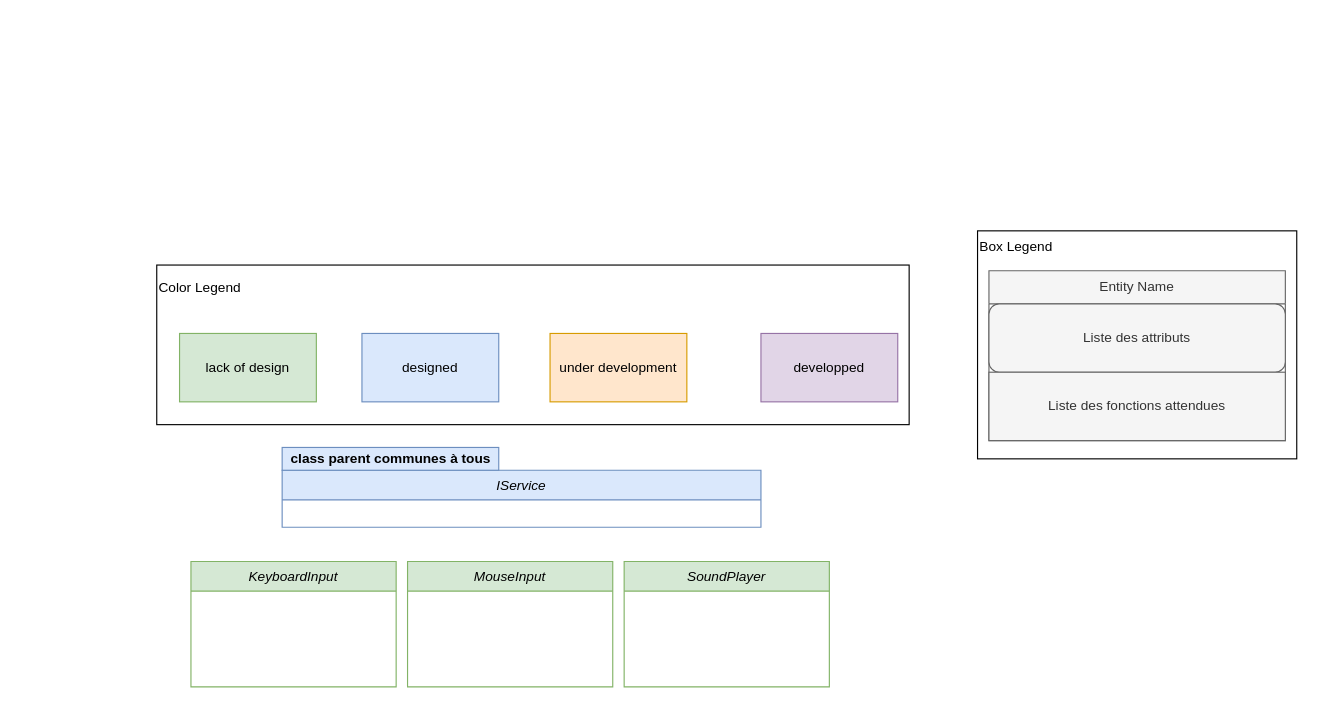
Kragoum/BomberKnight keeps this draw.io diagram as page "Service" (5 of 6) of doc/UMLGeneralFramework.drawio. Above is the earlier version. Source tidied: cells renumbered, new cells numbered last; positions are measured from the earlier drawing's top-left corner, leaving out a move shared by most shapes. Both pictures are drawn from the tidied source at 114%, with x=0, y=0 at pixel (156, 230).
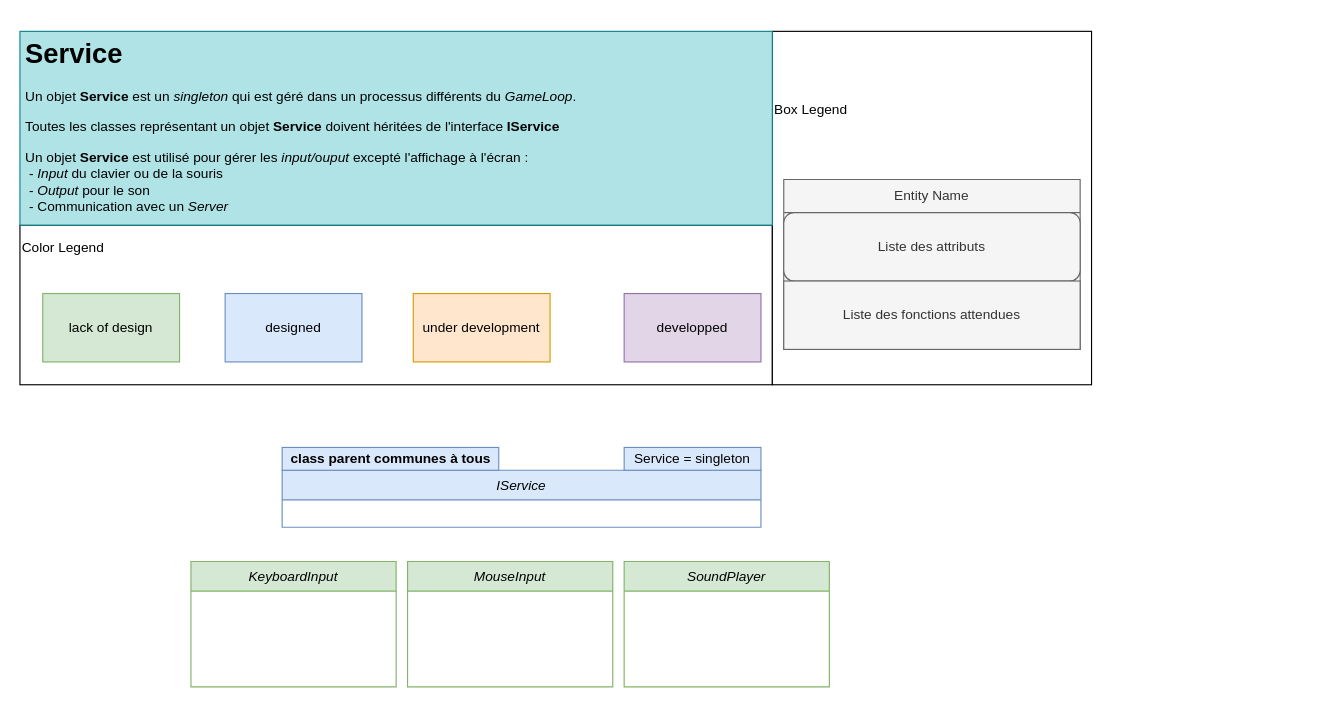
After the change.

The edit, as a diff of the source:
```diff
@@
 <mxGraphModel>
   <root>
     <mxCell id="0" />
     <mxCell id="1" parent="0" />
     <mxCell id="2" style="group;" parent="1" vertex="1">
-      <mxGeometry y="30" width="660" height="140" as="geometry" />
+      <mxGeometry x="-120" y="-5" width="660" height="140" as="geometry" />
     </mxCell>
     <mxCell id="3" value="Color Legend&lt;br&gt;&lt;br&gt;&lt;br&gt;&lt;br&gt;&lt;br&gt;&lt;br&gt;&lt;br&gt;&lt;br&gt;" style="rounded=0;whiteSpace=wrap;html=1;align=left;" parent="2" vertex="1">
       <mxGeometry width="660" height="140" as="geometry" />
     </mxCell>
     <mxCell id="4" value="under development" style="rounded=0;whiteSpace=wrap;html=1;fillColor=#ffe6cc;strokeColor=#d79b00;" parent="2" vertex="1">
       <mxGeometry x="345" y="60" width="120" height="60" as="geometry" />
     </mxCell>
     <mxCell id="5" value="designed" style="rounded=0;whiteSpace=wrap;html=1;fillColor=#dae8fc;strokeColor=#6c8ebf;" parent="2" vertex="1">
       <mxGeometry x="180" y="60" width="120" height="60" as="geometry" />
     </mxCell>
     <mxCell id="6" value="developped" style="rounded=0;whiteSpace=wrap;html=1;fillColor=#e1d5e7;strokeColor=#9673a6;" parent="2" vertex="1">
       <mxGeometry x="530" y="60" width="120" height="60" as="geometry" />
     </mxCell>
     <mxCell id="7" value="lack of design" style="rounded=0;whiteSpace=wrap;html=1;fillColor=#d5e8d4;strokeColor=#82b366;" parent="2" vertex="1">
       <mxGeometry x="20" y="60" width="120" height="60" as="geometry" />
     </mxCell>
     <mxCell id="8" value="IService" style="swimlane;fontStyle=2;align=center;verticalAlign=top;horizontal=1;startSize=26;rounded=0;shadow=0;strokeWidth=1;fillColor=#dae8fc;strokeColor=#6c8ebf;" parent="1" vertex="1">
       <mxGeometry x="110" y="210" width="420" height="50" as="geometry" />
     </mxCell>
     <mxCell id="9" value="&lt;b&gt;class parent communes à tous&lt;/b&gt;" style="text;html=1;align=center;verticalAlign=middle;strokeColor=#6c8ebf;fillColor=#dae8fc;" parent="1" vertex="1">
       <mxGeometry x="110" y="190" width="190" height="20" as="geometry" />
     </mxCell>
     <mxCell id="10" value="Box Legend&lt;br&gt;&lt;br&gt;&lt;br&gt;&lt;br&gt;&lt;br&gt;&lt;br&gt;&lt;br&gt;&lt;br&gt;&lt;br&gt;&lt;br&gt;&lt;br&gt;&lt;br&gt;&lt;br&gt;" style="rounded=0;whiteSpace=wrap;html=1;align=left;" parent="1" vertex="1">
-      <mxGeometry x="720" width="280" height="200" as="geometry" />
+      <mxGeometry x="540" y="-175" width="280" height="310" as="geometry" />
     </mxCell>
     <mxCell id="11" value="Entity Name" style="swimlane;fontStyle=0;align=center;verticalAlign=top;horizontal=1;startSize=29;rounded=0;shadow=0;strokeWidth=1;fillColor=#f5f5f5;strokeColor=#666666;fontColor=#333333;" parent="1" vertex="1">
-      <mxGeometry x="730" y="35" width="260" height="149" as="geometry" />
+      <mxGeometry x="550" y="-45" width="260" height="149" as="geometry" />
     </mxCell>
     <mxCell id="12" value="Liste des attributs" style="rounded=1;whiteSpace=wrap;html=1;fillColor=#f5f5f5;strokeColor=#666666;fontColor=#333333;" parent="11" vertex="1">
       <mxGeometry y="29" width="260" height="60" as="geometry" />
     </mxCell>
     <mxCell id="13" value="Liste des fonctions attendues" style="rounded=0;whiteSpace=wrap;html=1;fillColor=#f5f5f5;strokeColor=#666666;fontColor=#333333;" parent="11" vertex="1">
       <mxGeometry y="89" width="260" height="60" as="geometry" />
     </mxCell>
     <mxCell id="14" value="KeyboardInput" style="swimlane;fontStyle=2;align=center;verticalAlign=top;horizontal=1;startSize=26;rounded=0;shadow=0;strokeWidth=1;fillColor=#d5e8d4;strokeColor=#82b366;" parent="1" vertex="1">
       <mxGeometry x="30" y="290" width="180" height="110" as="geometry" />
     </mxCell>
     <mxCell id="15" value="MouseInput" style="swimlane;fontStyle=2;align=center;verticalAlign=top;horizontal=1;startSize=26;rounded=0;shadow=0;strokeWidth=1;fillColor=#d5e8d4;strokeColor=#82b366;" parent="1" vertex="1">
       <mxGeometry x="220" y="290" width="180" height="110" as="geometry" />
     </mxCell>
     <mxCell id="16" value="SoundPlayer" style="swimlane;fontStyle=2;align=center;verticalAlign=top;horizontal=1;startSize=26;rounded=0;shadow=0;strokeWidth=1;fillColor=#d5e8d4;strokeColor=#82b366;" parent="1" vertex="1">
       <mxGeometry x="410" y="290" width="180" height="110" as="geometry" />
     </mxCell>
+    <mxCell id="17" value="Service = singleton" style="rounded=0;whiteSpace=wrap;html=1;fillColor=#dae8fc;strokeColor=#6c8ebf;" parent="1" vertex="1">
+      <mxGeometry x="410" y="190" width="120" height="20" as="geometry" />
+    </mxCell>
+    <mxCell id="18" value="&lt;h1&gt;Service&lt;/h1&gt;&lt;p&gt;Un objet &lt;b&gt;Service&lt;/b&gt; est un &lt;i&gt;singleton&lt;/i&gt;&amp;nbsp;qui est géré dans un processus différents du &lt;i&gt;GameLoop&lt;/i&gt;.&lt;/p&gt;&lt;p&gt;&lt;span style=&quot;background-color: initial;&quot;&gt;Toutes les classes représentant un objet &lt;b&gt;Service&lt;/b&gt; doivent héritées de l'interface &lt;b&gt;IService&lt;/b&gt;&lt;/span&gt;&lt;br&gt;&lt;/p&gt;&lt;p&gt;Un objet &lt;b&gt;Service&lt;/b&gt; est utilisé pour gérer les &lt;i&gt;i&lt;/i&gt;&lt;i style=&quot;&quot;&gt;nput/&lt;/i&gt;o&lt;i&gt;uput&lt;/i&gt;&amp;nbsp;excepté l'affichage à l'écran :&lt;br&gt;&lt;span style=&quot;white-space: pre;&quot;&gt; &lt;/span&gt;- &lt;i&gt;Input&lt;/i&gt; du clavier ou de la souris&lt;br&gt;&lt;span style=&quot;white-space: pre;&quot;&gt; &lt;/span&gt;- &lt;i&gt;Output &lt;/i&gt;pour le son&lt;br&gt;&lt;span style=&quot;white-space: pre;&quot;&gt; &lt;/span&gt;- Communication avec un &lt;i&gt;Server&lt;/i&gt;&lt;br&gt;&lt;/p&gt;" style="text;html=1;strokeColor=#0e8088;fillColor=#b0e3e6;spacing=5;spacingTop=-20;whiteSpace=wrap;overflow=hidden;rounded=0;" parent="1" vertex="1">
+      <mxGeometry x="-120" y="-175" width="660" height="170" as="geometry" />
+    </mxCell>
   </root>
 </mxGraphModel>
```
